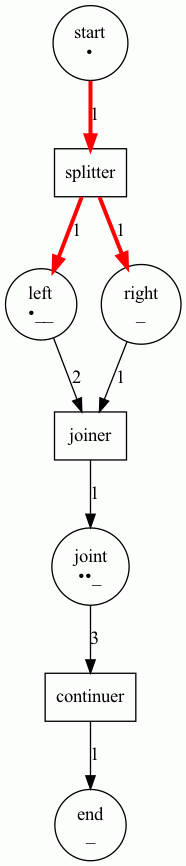
The Graphviz diagram step1.png in iandebeer/castanet, before a commit. Its source is kept beside it as step1.dot. Source of this version:
```dot
digraph G {
1 [label="start\n•\n" shape=circle]
2 [label="left\n•__\n" shape=circle]
3 [label="right\n_\n" shape=circle]
4 [label="joint\n••_\n" shape=circle]
5 [label="end\n_\n" shape=circle]
6 [label="splitter" shape=box]
7 [label="joiner" shape=box]
8 [label="continuer" shape=box]

1 -> 6 [label="1" ,color=red,penwidth=3.0]
2 -> 7 [label="2" ]
3 -> 7 [label="1" ]
4 -> 8 [label="3" ]
6 -> 2 [label="1" ,color=red,penwidth=3.0]
6 -> 3 [label="1" ,color=red,penwidth=3.0]
7 -> 4 [label="1" ]
8 -> 5 [label="1" ]
}
```
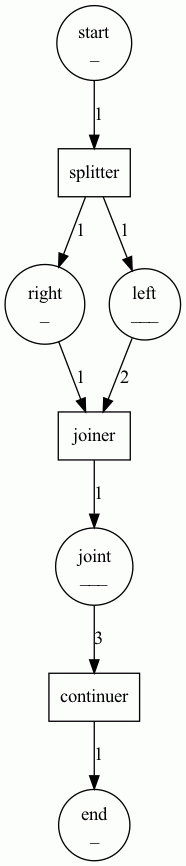
The same file after the commit.

What changed in the source:
```diff
@@ -1,19 +1,19 @@
 digraph G {
-1 [label="start\n•\n" shape=circle]
-2 [label="left\n•__\n" shape=circle]
-3 [label="right\n_\n" shape=circle]
-4 [label="joint\n••_\n" shape=circle]
-5 [label="end\n_\n" shape=circle]
+0 [label="right\n_\n" shape=circle]
+1 [label="left\n___\n" shape=circle]
+2 [label="end\n_\n" shape=circle]
+3 [label="continuer" shape=box]
+4 [label="joiner" shape=box]
+5 [label="start\n_\n" shape=circle]
 6 [label="splitter" shape=box]
-7 [label="joiner" shape=box]
-8 [label="continuer" shape=box]
+7 [label="joint\n___\n" shape=circle]
 
-1 -> 6 [label="1" ,color=red,penwidth=3.0]
-2 -> 7 [label="2" ]
-3 -> 7 [label="1" ]
-4 -> 8 [label="3" ]
-6 -> 2 [label="1" ,color=red,penwidth=3.0]
-6 -> 3 [label="1" ,color=red,penwidth=3.0]
-7 -> 4 [label="1" ]
-8 -> 5 [label="1" ]
+0 -> 4 [label="1" ]
+1 -> 4 [label="2" ]
+3 -> 2 [label="1" ]
+4 -> 7 [label="1" ]
+5 -> 6 [label="1" ]
+6 -> 1 [label="1" ]
+6 -> 0 [label="1" ]
+7 -> 3 [label="3" ]
 }
```
